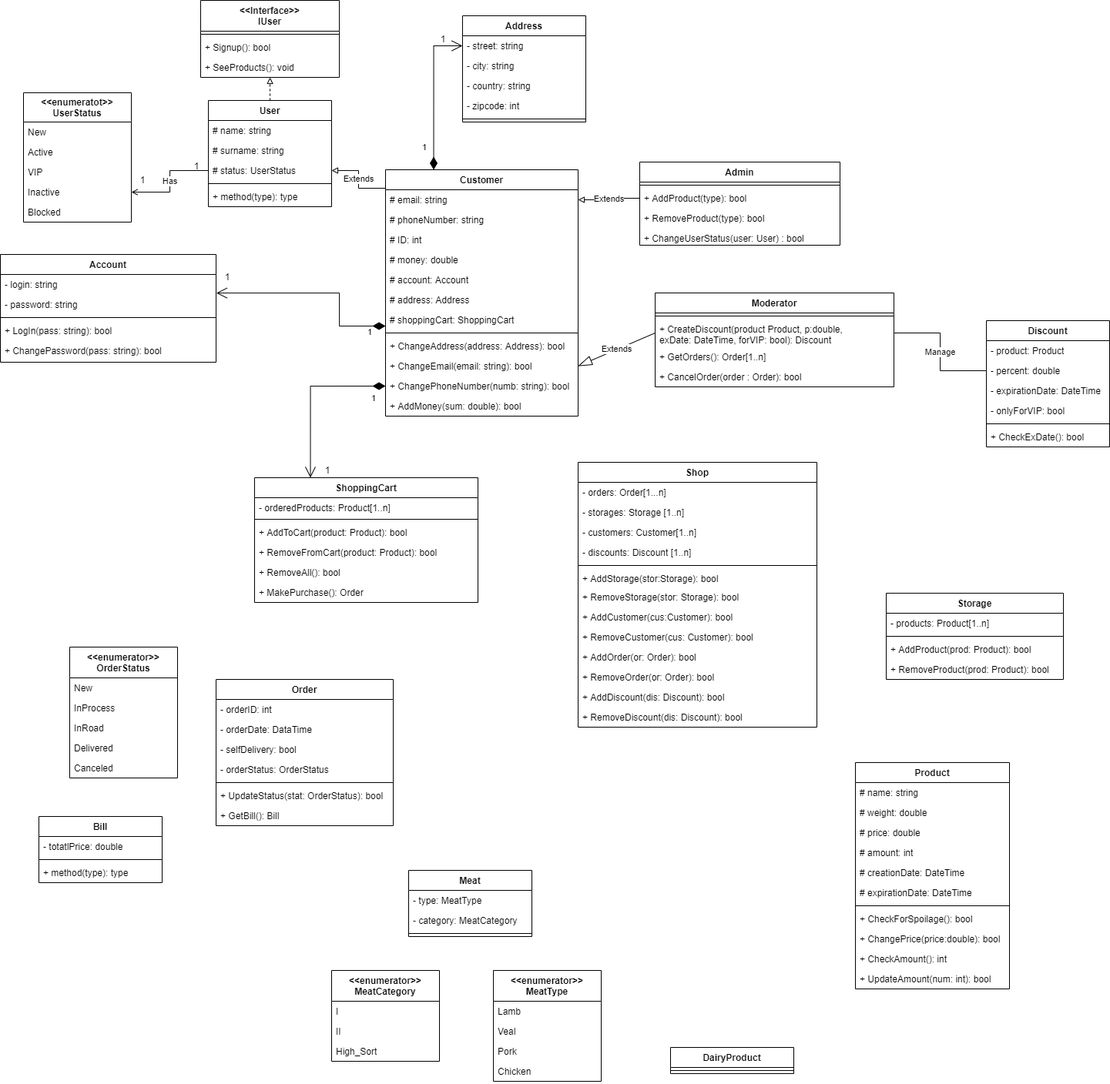
olh-msk/SigmaTask10 keeps this draw.io diagram as ShopConseptualUML.drawio.png. Above is the earlier version. Source tidied: cells renumbered, new cells last; positions are measured from the earlier drawing's top-left corner, leaving out a move shared by most shapes.
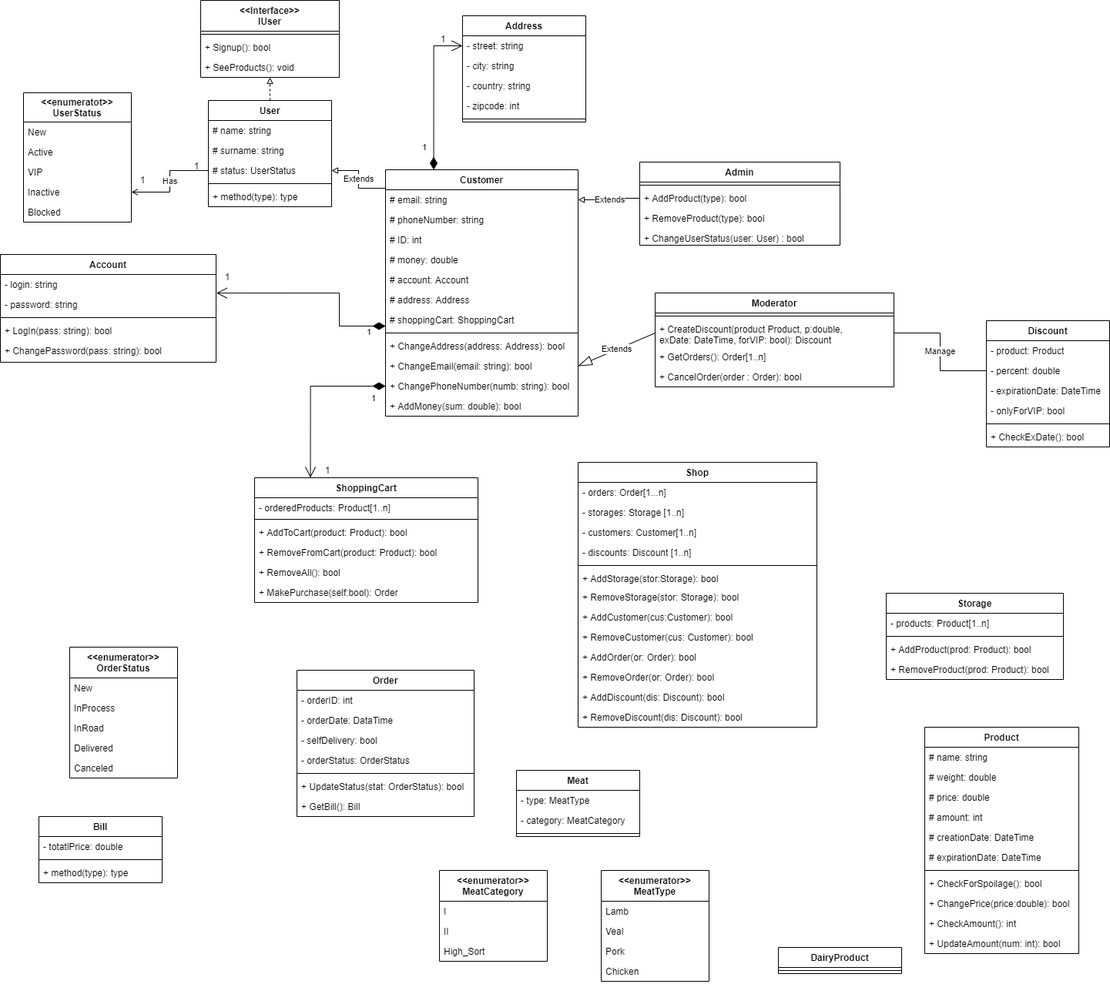
After the change.

Diff of the diagram source:
```diff
@@ -169,7 +169,7 @@
     <mxCell id="55" value="+ RemoveAll(): bool" style="text;strokeColor=none;fillColor=none;align=left;verticalAlign=top;spacingLeft=4;spacingRight=4;overflow=hidden;" parent="50" vertex="1">
       <mxGeometry y="110" width="290" height="26" as="geometry" />
     </mxCell>
-    <mxCell id="56" value="+ MakePurchase(): Order" style="text;strokeColor=none;fillColor=none;align=left;verticalAlign=top;spacingLeft=4;spacingRight=4;overflow=hidden;" parent="50" vertex="1">
+    <mxCell id="56" value="+ MakePurchase(self:bool): Order" style="text;strokeColor=none;fillColor=none;align=left;verticalAlign=top;spacingLeft=4;spacingRight=4;overflow=hidden;" parent="50" vertex="1">
       <mxGeometry y="136" width="290" height="26" as="geometry" />
     </mxCell>
     <mxCell id="57" value="&lt;&lt;enumeratot&gt;&gt;&#10;UserStatus" style="swimlane;fontStyle=1;horizontal=1;startSize=38;fillColor=none;" parent="1" vertex="1">
@@ -235,7 +235,7 @@
       <mxGeometry x="560" y="45" width="30" height="10" as="geometry" />
     </mxCell>
     <mxCell id="75" value="Product" style="swimlane;fontStyle=1;align=center;verticalAlign=top;horizontal=1;startSize=26;" parent="1" vertex="1">
-      <mxGeometry x="1110" y="990" width="200" height="294" as="geometry" />
+      <mxGeometry x="1200" y="944" width="200" height="294" as="geometry" />
     </mxCell>
     <mxCell id="76" value="# name: string" style="text;strokeColor=none;fillColor=none;align=left;verticalAlign=top;spacingLeft=4;spacingRight=4;overflow=hidden;" parent="75" vertex="1">
       <mxGeometry y="26" width="200" height="26" as="geometry" />
@@ -283,7 +283,7 @@
       <mxGeometry y="60" width="160" height="26" as="geometry" />
     </mxCell>
     <mxCell id="91" value="Order" style="swimlane;fontStyle=1;align=center;verticalAlign=top;horizontal=1;startSize=26;" parent="1" vertex="1">
-      <mxGeometry x="280" y="882" width="230" height="190" as="geometry" />
+      <mxGeometry x="385" y="870" width="230" height="190" as="geometry" />
     </mxCell>
     <mxCell id="92" value="- orderID: int" style="text;strokeColor=none;fillColor=none;align=left;verticalAlign=top;spacingLeft=4;spacingRight=4;overflow=hidden;" parent="91" vertex="1">
       <mxGeometry y="26" width="230" height="26" as="geometry" />
@@ -400,7 +400,7 @@
       <mxGeometry x="410" y="605" width="30" height="10" as="geometry" />
     </mxCell>
     <mxCell id="130" value="Meat" style="swimlane;fontStyle=1;align=center;verticalAlign=top;horizontal=1;startSize=26;" parent="1" vertex="1">
-      <mxGeometry x="530" y="1130" width="160" height="86" as="geometry" />
+      <mxGeometry x="670" y="1000" width="160" height="86" as="geometry" />
     </mxCell>
     <mxCell id="131" value="- type: MeatType" style="text;strokeColor=none;fillColor=none;align=left;verticalAlign=top;spacingLeft=4;spacingRight=4;overflow=hidden;" parent="130" vertex="1">
       <mxGeometry y="26" width="160" height="26" as="geometry" />
@@ -412,13 +412,13 @@
       <mxGeometry y="78" width="160" height="8" as="geometry" />
     </mxCell>
     <mxCell id="134" value="DairyProduct" style="swimlane;fontStyle=1;align=center;verticalAlign=top;horizontal=1;startSize=26;" parent="1" vertex="1">
-      <mxGeometry x="870" y="1360" width="160" height="34" as="geometry" />
+      <mxGeometry x="1010" y="1230" width="160" height="34" as="geometry" />
     </mxCell>
     <mxCell id="135" style="line;strokeWidth=1;fillColor=none;align=left;verticalAlign=middle;spacingTop=-1;spacingLeft=3;spacingRight=3;labelPosition=right;" parent="134" vertex="1">
       <mxGeometry y="26" width="160" height="8" as="geometry" />
     </mxCell>
     <mxCell id="136" value="&lt;&lt;enumerator&gt;&gt;&#10;MeatCategory" style="swimlane;fontStyle=1;horizontal=1;startSize=40;fillColor=none;" parent="1" vertex="1">
-      <mxGeometry x="430" y="1260" width="140" height="118" as="geometry" />
+      <mxGeometry x="570" y="1130" width="140" height="118" as="geometry" />
     </mxCell>
     <mxCell id="137" value="I" style="text;strokeColor=none;fillColor=none;align=left;verticalAlign=top;spacingLeft=4;spacingRight=4;overflow=hidden;" parent="136" vertex="1">
       <mxGeometry y="40" width="140" height="26" as="geometry" />
@@ -430,7 +430,7 @@
       <mxGeometry y="92" width="140" height="26" as="geometry" />
     </mxCell>
     <mxCell id="140" value="&lt;&lt;enumerator&gt;&gt;&#10;MeatType" style="swimlane;fontStyle=1;horizontal=1;startSize=40;fillColor=none;" parent="1" vertex="1">
-      <mxGeometry x="640" y="1260" width="140" height="144" as="geometry" />
+      <mxGeometry x="780" y="1130" width="140" height="144" as="geometry" />
     </mxCell>
     <mxCell id="141" value="Lamb" style="text;strokeColor=none;fillColor=none;align=left;verticalAlign=top;spacingLeft=4;spacingRight=4;overflow=hidden;" parent="140" vertex="1">
       <mxGeometry y="40" width="140" height="26" as="geometry" />
```
